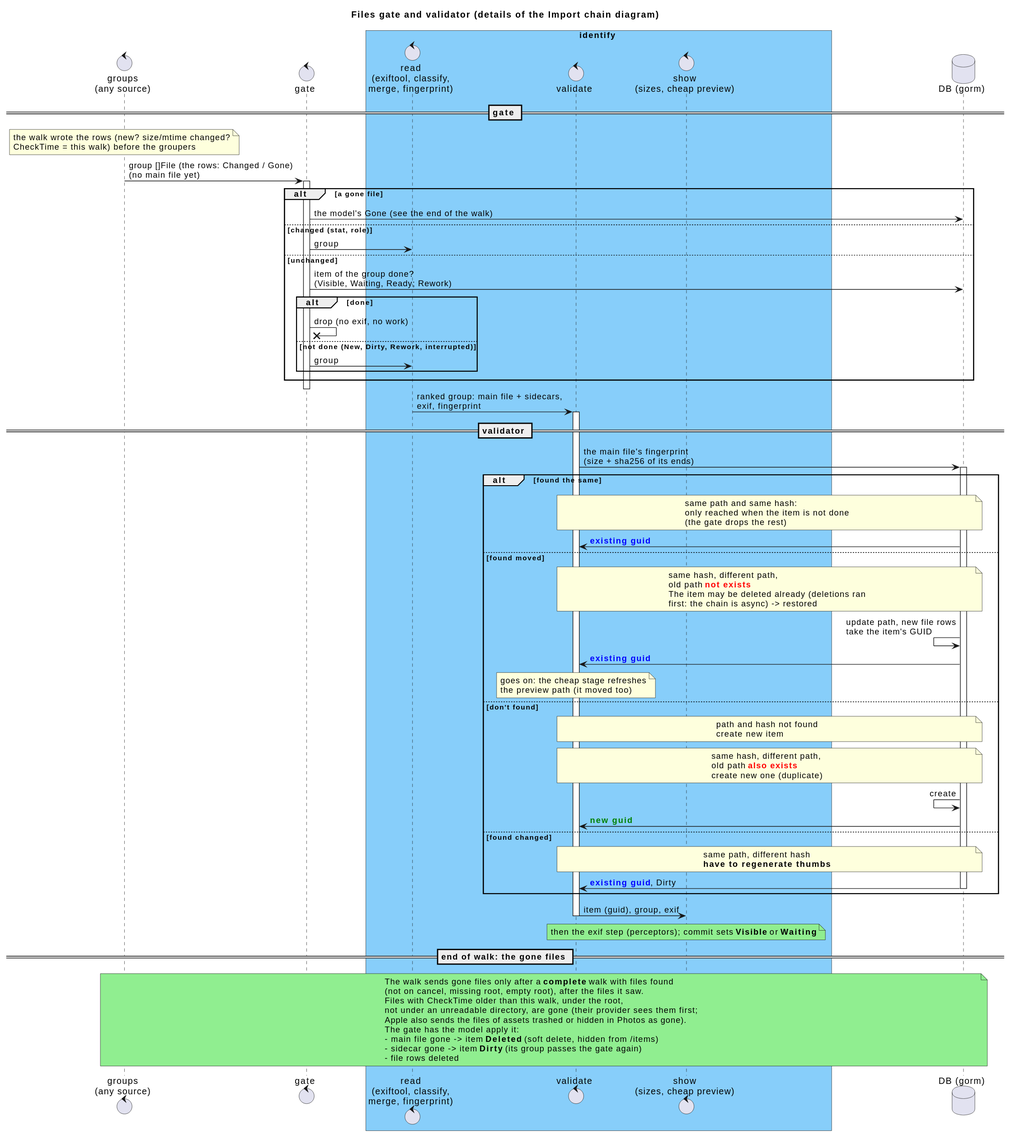
The PlantUML diagram _sb/diagrams/Walker and validating.svg in eggs-gd/Perceptrail, before a commit.
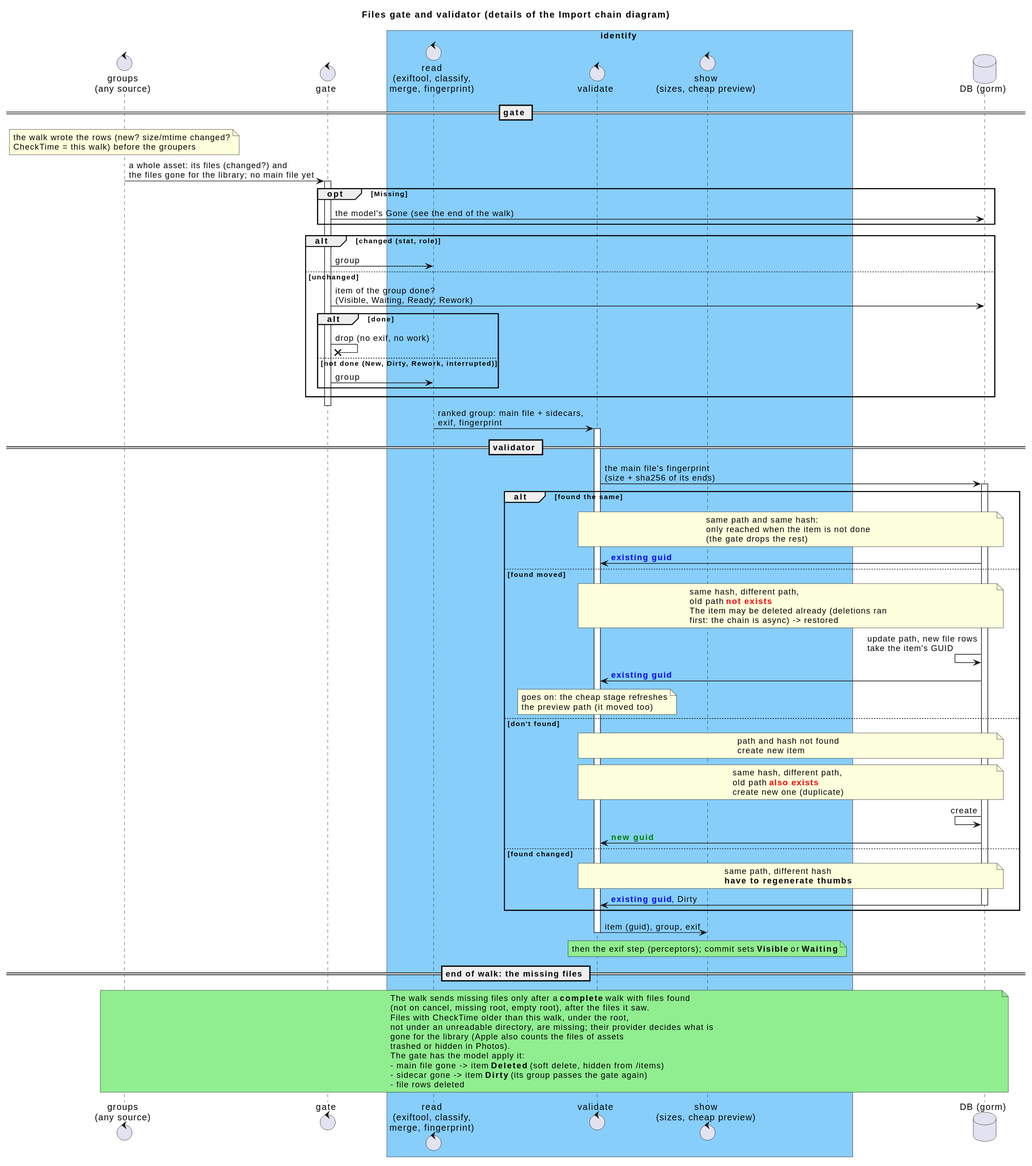
Later version of the same file.

What changed in the source:
```diff
@@ -15,11 +15,12 @@
 == gate ==
 
 note over Groups: the walk wrote the rows (new? size/mtime changed?\nCheckTime = this walk) before the groupers
-Groups -> Gate: group []File (the rows: Changed / Gone)\n(no main file yet)
+Groups -> Gate: a whole asset: its files (changed?) and\nthe files gone for the library; no main file yet
 activate Gate
-alt a gone file
+opt Missing
     Gate -> DB: the model's Gone (see the end of the walk)
-else changed (stat, role)
+end
+alt changed (stat, role)
     Gate -> Exif: group
 else unchanged
     Gate -> DB: item of the group done?\n(Visible, Waiting, Ready; Rework)
@@ -84,14 +85,15 @@
 deactivate Validator
 note over Transcode #LightGreen: then the exif step (perceptors); commit sets <b>Visible</b> or <b>Waiting</b>
 
-== end of walk: the gone files ==
+== end of walk: the missing files ==
 
 note over Groups, DB #LightGreen
-The walk sends gone files only after a <b>complete</b> walk with files found
+The walk sends missing files only after a <b>complete</b> walk with files found
 (not on cancel, missing root, empty root), after the files it saw.
 Files with CheckTime older than this walk, under the root,
-not under an unreadable directory, are gone (their provider sees them first;
-Apple also sends the files of assets trashed or hidden in Photos as gone).
+not under an unreadable directory, are missing; their provider decides what is
+gone for the library (Apple also counts the files of assets
+trashed or hidden in Photos).
 The gate has the model apply it:
 - main file gone -> item <b>Deleted</b> (soft delete, hidden from /items)
 - sidecar gone -> item <b>Dirty</b> (its group passes the gate again)
```
